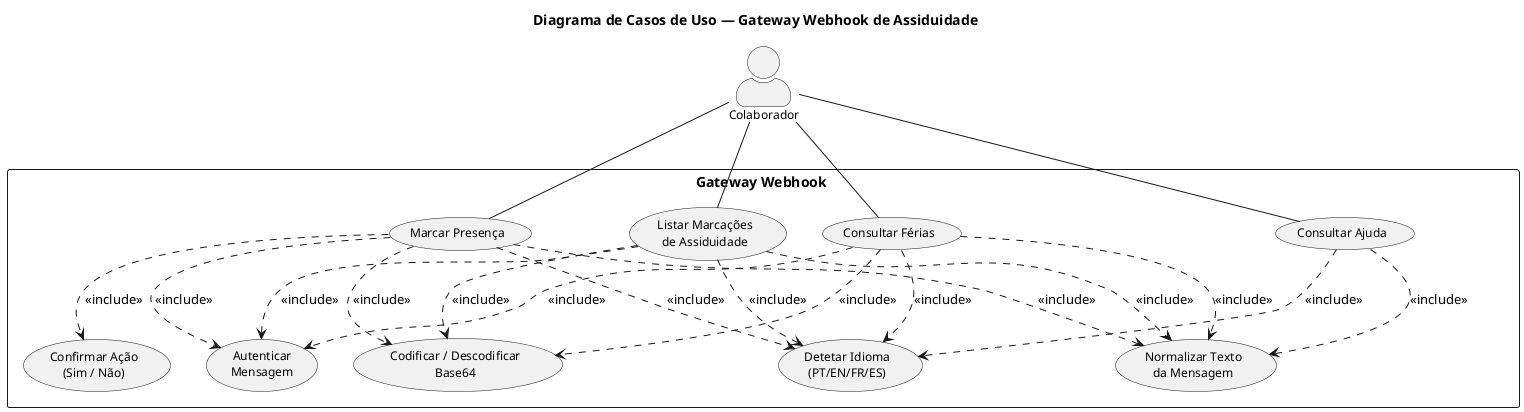
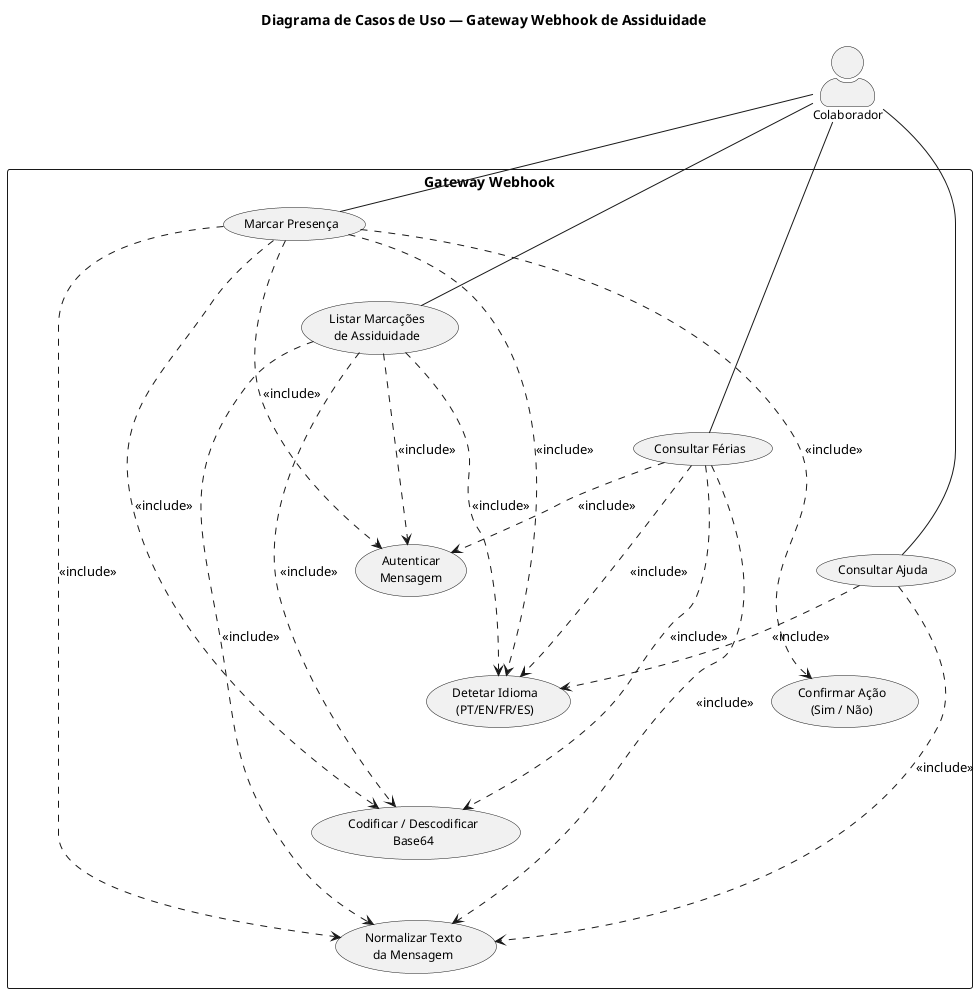
@startuml caso_de_uso
skinparam backgroundColor #FFFFFF
skinparam shadowing false
skinparam defaultFontName "Segoe UI"
skinparam actorStyle awesome
skinparam packageStyle rectangle
skinparam usecaseFontSize 12
skinparam actorFontSize 12
+ top to bottom direction

title Diagrama de Casos de Uso — Gateway Webhook de Assiduidade

' ─── Atores ───────────────────────────────────────────────
actor "Colaborador" as user

' ─── Sistema ──────────────────────────────────────────────
- rectangle "Gateway Webhook " {
+ rectangle "Gateway Webhook" {

+     ' ─── Coluna esquerda: Casos de uso principais ──────────
    usecase "Marcar Presença" as UC1
    usecase "Listar Marcações\nde Assiduidade" as UC2
    usecase "Consultar Férias" as UC9
    usecase "Consultar Ajuda" as UC3
    usecase "Confirmar Ação\n(Sim / Não)" as UC4

+     ' ─── Coluna direita: Processos partilhados ─────────────
    usecase "Autenticar\nMensagem" as UC5
    usecase "Detetar Idioma\n(PT/EN/FR/ES)" as UC6
    usecase "Codificar / Descodificar\nBase64" as UC7
    usecase "Normalizar Texto\nda Mensagem" as UC8

-     ' ─── Relações entre Casos de Uso ──────────────────────
+     ' ─── Posicionamento relativo (2 colunas) ───────────────
+     UC1 -[hidden]down- UC2
+     UC2 -[hidden]down- UC9
+     UC9 -[hidden]down- UC3
+     UC3 -[hidden]down- UC4
+ 
+     UC5 -[hidden]down- UC6
+     UC6 -[hidden]down- UC7
+     UC7 -[hidden]down- UC8
+ 
+     UC1 -[hidden]right- UC5
+ 
+     ' ─── Relações include ──────────────────────────────────
    UC1 ..> UC4 : <<include>>
    UC1 ..> UC5 : <<include>>
    UC1 ..> UC7 : <<include>>
    UC1 ..> UC6 : <<include>>
+     UC1 ..> UC8 : <<include>>

    UC2 ..> UC5 : <<include>>
    UC2 ..> UC7 : <<include>>
    UC2 ..> UC6 : <<include>>
+     UC2 ..> UC8 : <<include>>

    UC9 ..> UC5 : <<include>>
    UC9 ..> UC7 : <<include>>
    UC9 ..> UC6 : <<include>>
+     UC9 ..> UC8 : <<include>>

    UC3 ..> UC6 : <<include>>
- 
-     UC1 ..> UC8 : <<include>>
-     UC2 ..> UC8 : <<include>>
-     UC9 ..> UC8 : <<include>>
    UC3 ..> UC8 : <<include>>
}

' ─── Ligações Ator → Caso de Uso ─────────────────────────
user -- UC1
user -- UC2
user -- UC9
user -- UC3

- 
@enduml
